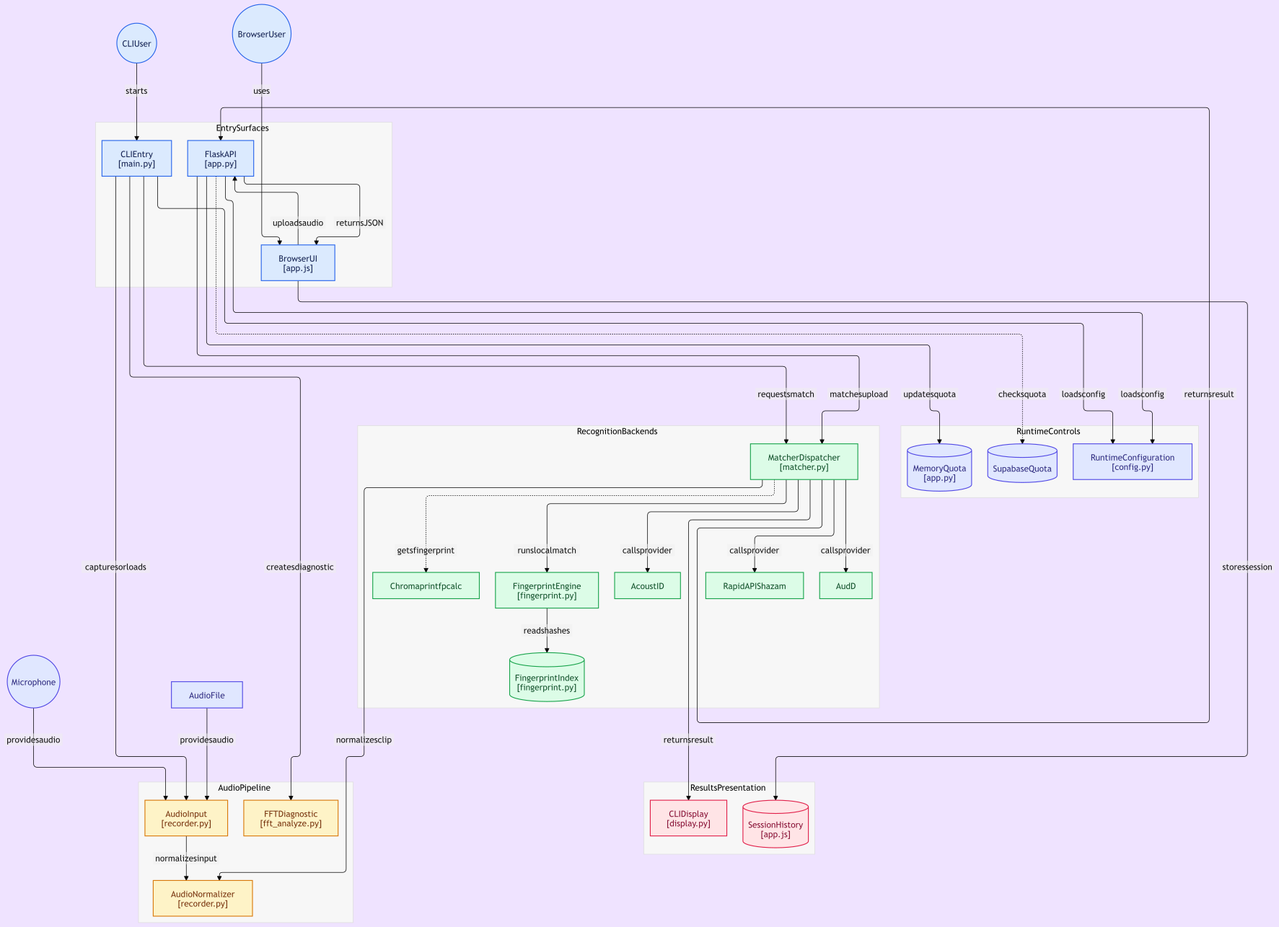
The Mermaid diagram docs/architecture/audio-recognition.png in icecold009/Audio-Recognition, before a commit. Its source is kept beside it as docs/architecture/audio-recognition.mmd.
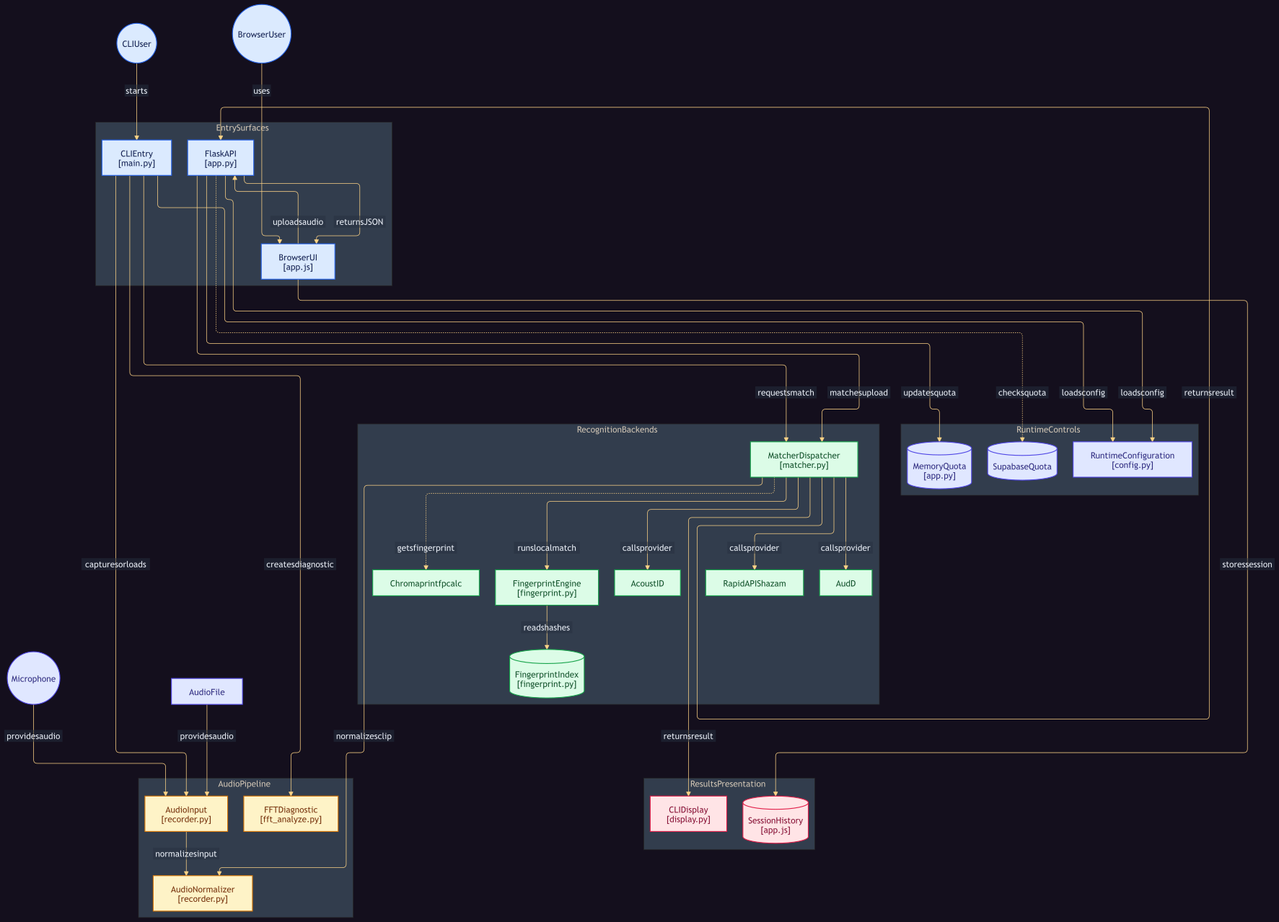
After the change.

Commit message:
docs: switch architecture diagram to dark mode

Diff of the diagram source:
```diff
@@ -73,10 +73,10 @@
   click PROVIDERS "https://github.com/icecold009/audio-recognition/blob/main/shazam_project/matcher.py" "Provider adapters"
   click RESULT "https://github.com/icecold009/audio-recognition/tree/main/tests" "Contract and integration tests"
 
-  classDef entry fill:#fbfaf7,stroke:#e35c43,stroke-width:2px,color:#171817;
-  classDef contract fill:#f4efe8,stroke:#b85c38,stroke-width:2px,color:#171817;
-  classDef matching fill:#edf1f0,stroke:#58706c,stroke-width:2px,color:#171817;
-  classDef output fill:#f6eee4,stroke:#9b6b3d,stroke-width:2px,color:#171817;
+  classDef entry fill:#192231,stroke:#6dd4e9,stroke-width:2px,color:#e8edf5;
+  classDef contract fill:#2c3544,stroke:#f4b860,stroke-width:2px,color:#f5eadc;
+  classDef matching fill:#203b36,stroke:#8af0bf,stroke-width:2px,color:#e8fff2;
+  classDef output fill:#3a2437,stroke:#ff8eb6,stroke-width:2px,color:#ffeaf2;
   class CLI,WEB,MIC,FILE entry;
   class VALIDATE,NORMALIZE,TEMPWAV,DIAG contract;
   class DISPATCH,LOCAL,CONFIG,PROVIDERS,SHAZAM,ACOUSTID,AUDD matching;
```
